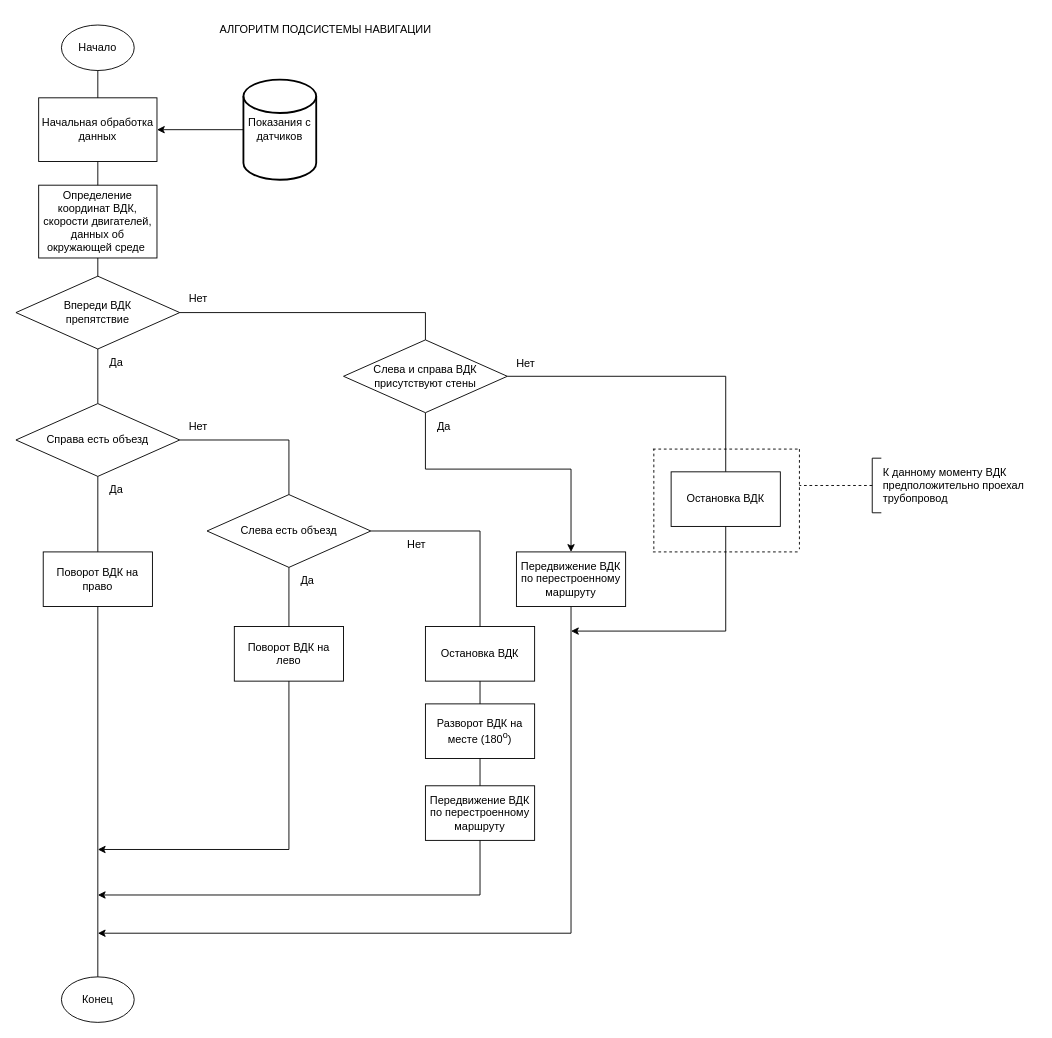
AlexRussellGit/VKR---Russell-Alexander keeps this draw.io diagram as Наработки/Блок-схемы/Untitled Diagram.drawio. Above is the earlier version. Source tidied: cells renumbered, new cells numbered last; positions are measured from the earlier drawing's top-left corner, leaving out a move shared by most shapes. Both pictures are drawn from the tidied source at 91%, with x=0, y=0 at pixel (15, 15).
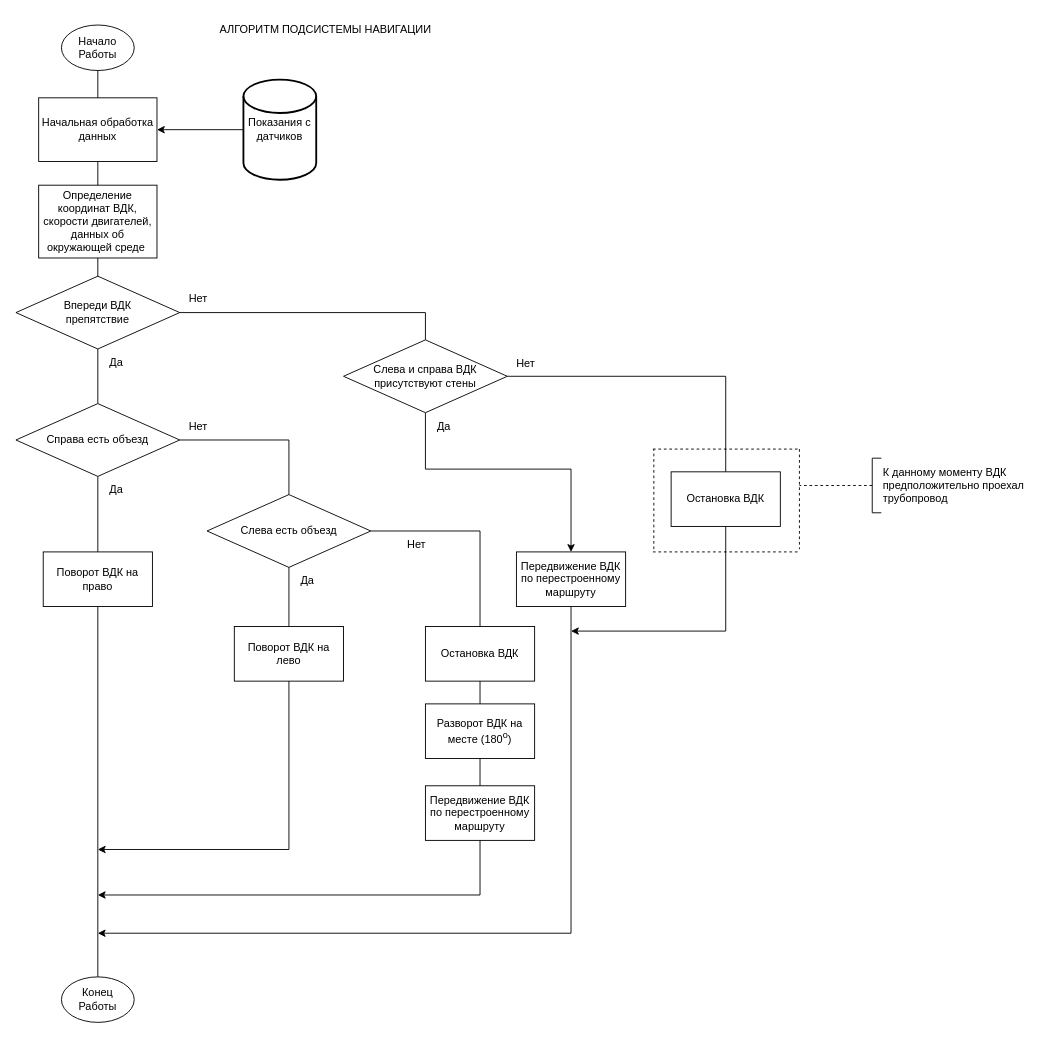
After the change.

What changed in the source:
```diff
@@
-    <mxCell id="2" value="Начало" style="ellipse;whiteSpace=wrap;html=1;" parent="1" vertex="1">
+    <mxCell id="2" value="Начало&lt;br&gt;Работы" style="ellipse;whiteSpace=wrap;html=1;" parent="1" vertex="1">
       <mxGeometry x="50" y="10" width="80" height="50" as="geometry" />
     </mxCell>
@@
-    <mxCell id="39" value="Конец" style="ellipse;whiteSpace=wrap;html=1;" parent="1" vertex="1">
+    <mxCell id="39" value="Конец&lt;br&gt;Работы" style="ellipse;whiteSpace=wrap;html=1;" parent="1" vertex="1">
       <mxGeometry x="50" y="1056" width="80" height="50" as="geometry" />
     </mxCell>
```
